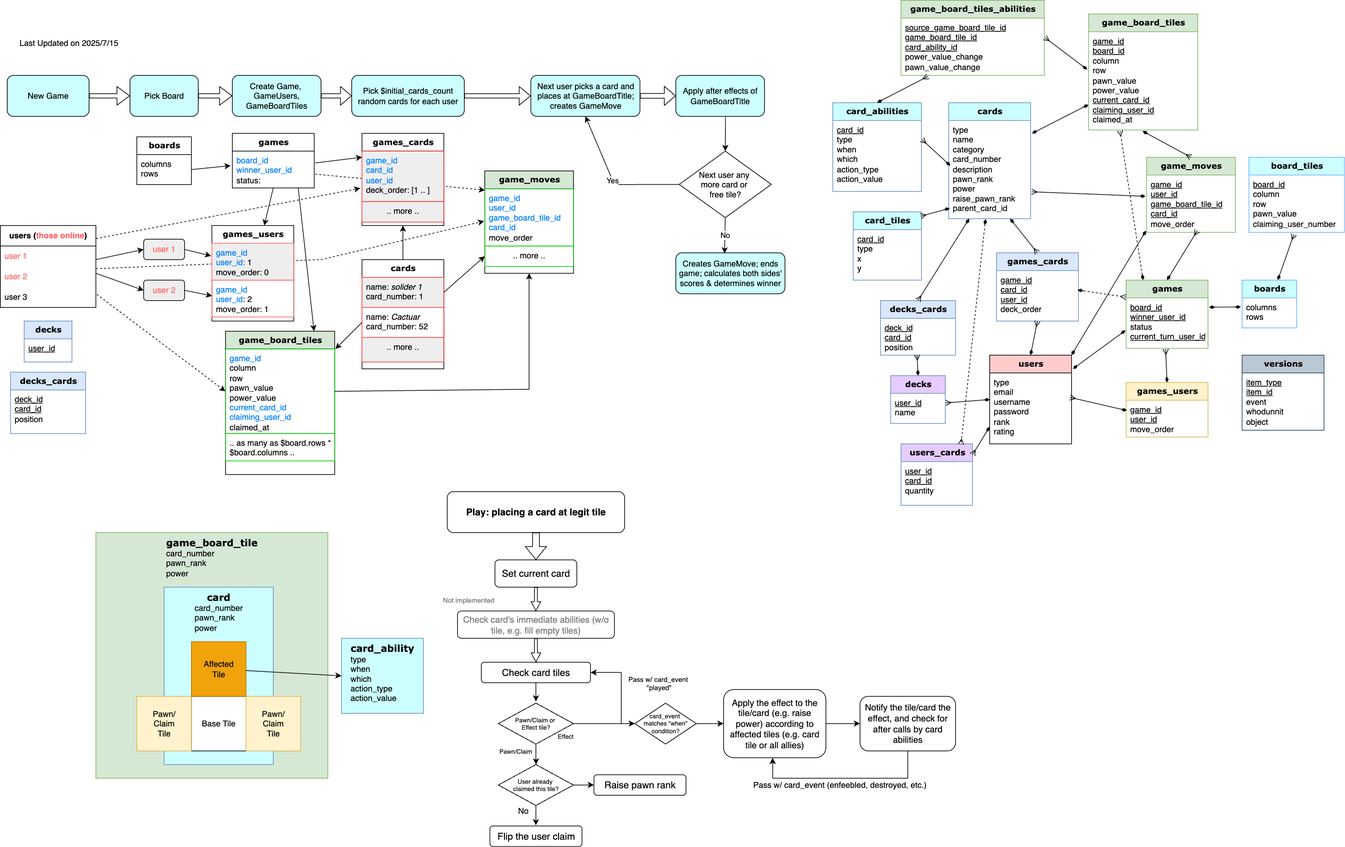
briangan/queens_blood_by_fan keeps this draw.io diagram as app/assets/images/diagrams/EER.png. Above is the earlier version. Source tidied: cells renumbered, new cells last; positions are measured from the earlier drawing's top-left corner, leaving out a move shared by most shapes.
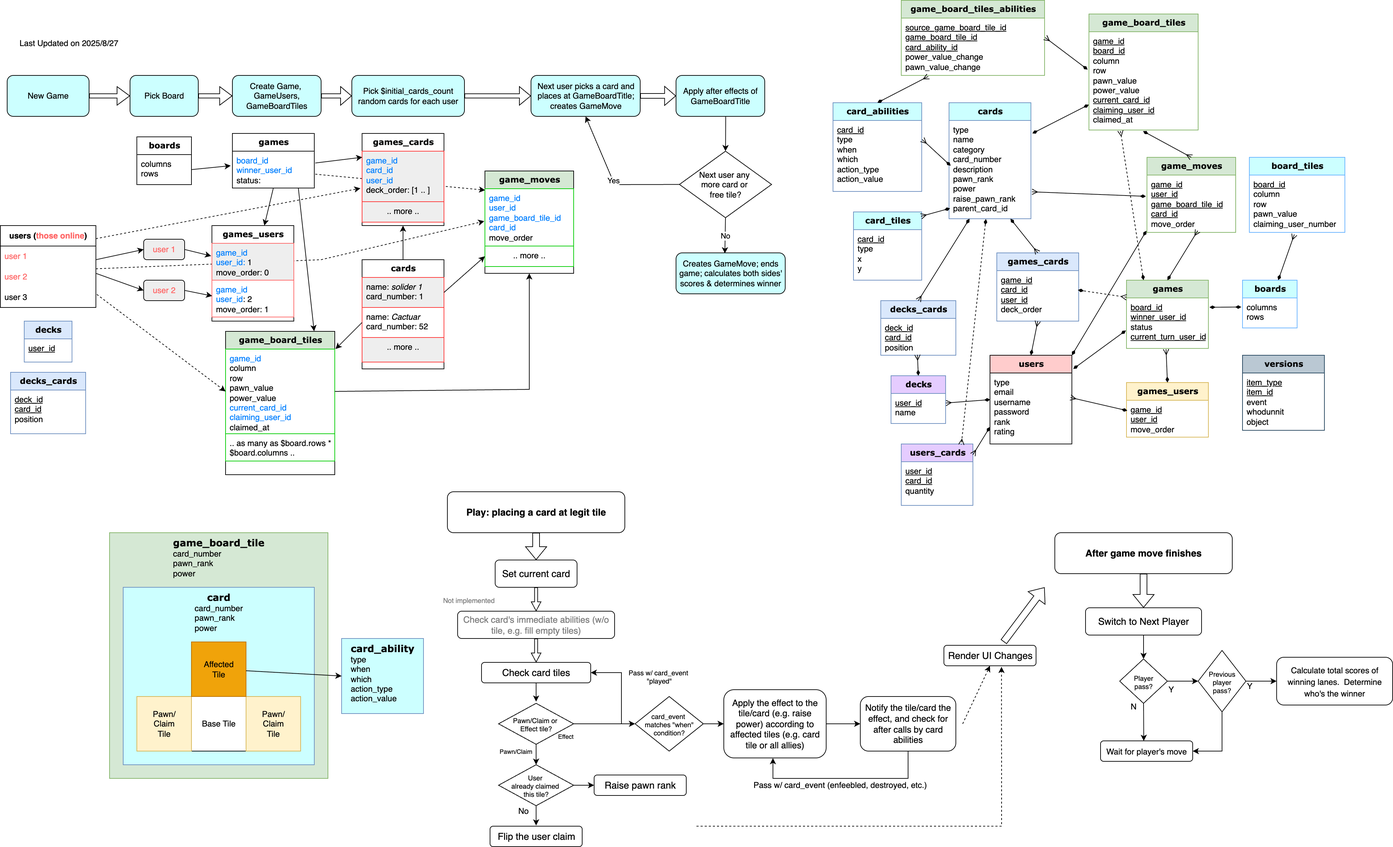
The same diagram one commit later.

The edit, as a diff of the source:
```diff
@@ -308,7 +308,7 @@
     <mxCell id="99" style="endArrow=diamondThin;html=1;rounded=0;startArrow=ERmany;startFill=0;endFill=1;exitX=0.471;exitY=1.036;exitDx=0;exitDy=0;exitPerimeter=0;" parent="1" edge="1" source="98" target="6">
       <mxGeometry relative="1" as="geometry" />
     </mxCell>
-    <mxCell id="100" value="Last Updated on 2025/7/15" style="text;html=1;align=center;verticalAlign=middle;strokeColor=none;fillColor=none;" parent="1" vertex="1">
+    <mxCell id="100" value="Last Updated on 2025/8/27" style="text;html=1;align=center;verticalAlign=middle;strokeColor=none;fillColor=none;" parent="1" vertex="1">
       <mxGeometry x="15" y="48" width="170" height="30" as="geometry" />
     </mxCell>
     <mxCell id="101" value="&lt;font style=&quot;font-size: 12px;&quot;&gt;&lt;b&gt;decks_cards&lt;/b&gt;&lt;/font&gt;" style="swimlane;html=1;fontStyle=0;horizontal=1;startSize=26;fillColor=#dae8fc;swimlaneFillColor=#ffffff;rounded=0;shadow=0;comic=0;labelBackgroundColor=none;strokeWidth=1;fontFamily=Verdana;fontSize=10;align=center;strokeColor=#6c8ebf;" parent="1" vertex="1">
@@ -369,10 +369,10 @@
       <mxGeometry relative="1" as="geometry" />
     </mxCell>
     <mxCell id="120" value="&lt;b style=&quot;font-family: Verdana; text-wrap-mode: nowrap;&quot;&gt;&lt;font style=&quot;font-size: 14px;&quot;&gt;game_board_tile&lt;/font&gt;&lt;/b&gt;&lt;div&gt;&lt;div style=&quot;text-align: left;&quot;&gt;card_number&lt;/div&gt;&lt;div style=&quot;text-align: left;&quot;&gt;&lt;span style=&quot;background-color: transparent; color: light-dark(rgb(0, 0, 0), rgb(255, 255, 255));&quot;&gt;pawn_rank&lt;/span&gt;&lt;/div&gt;&lt;div style=&quot;text-align: left;&quot;&gt;power&lt;/div&gt;&lt;/div&gt;" style="rounded=0;whiteSpace=wrap;html=1;fillColor=#d5e8d4;strokeColor=#82b366;verticalAlign=top;" parent="1" vertex="1">
-      <mxGeometry x="140" y="780" width="340" height="360" as="geometry" />
+      <mxGeometry x="160" y="780" width="320" height="360" as="geometry" />
     </mxCell>
     <mxCell id="121" value="&lt;b style=&quot;font-family: Verdana; text-wrap-mode: nowrap;&quot;&gt;&lt;font style=&quot;font-size: 14px;&quot;&gt;card&lt;/font&gt;&lt;/b&gt;&lt;div&gt;&lt;div style=&quot;text-align: left;&quot;&gt;card_number&lt;/div&gt;&lt;div style=&quot;text-align: left;&quot;&gt;&lt;span style=&quot;background-color: transparent; color: light-dark(rgb(0, 0, 0), rgb(255, 255, 255));&quot;&gt;pawn_rank&lt;/span&gt;&lt;/div&gt;&lt;div style=&quot;text-align: left;&quot;&gt;power&lt;/div&gt;&lt;/div&gt;" style="rounded=0;whiteSpace=wrap;html=1;fillColor=#CCFFFF;strokeColor=#6c8ebf;verticalAlign=top;" parent="1" vertex="1">
-      <mxGeometry x="240" y="860" width="160" height="260" as="geometry" />
+      <mxGeometry x="180" y="860" width="280" height="260" as="geometry" />
     </mxCell>
     <mxCell id="122" value="&lt;b style=&quot;font-family: Verdana; text-wrap-mode: nowrap;&quot;&gt;&lt;font style=&quot;font-size: 14px;&quot;&gt;card_ability&lt;/font&gt;&lt;/b&gt;&lt;div&gt;&lt;div style=&quot;text-align: left;&quot;&gt;&lt;div&gt;&lt;span style=&quot;background-color: transparent; color: light-dark(rgb(0, 0, 0), rgb(255, 255, 255));&quot;&gt;type&lt;/span&gt;&lt;/div&gt;&lt;div&gt;when&lt;/div&gt;&lt;div&gt;which&lt;/div&gt;&lt;div&gt;action_type&lt;/div&gt;&lt;div&gt;action_value&lt;/div&gt;&lt;/div&gt;&lt;/div&gt;" style="rounded=0;whiteSpace=wrap;html=1;fillColor=#CCFFFF;strokeColor=#6c8ebf;verticalAlign=top;" parent="1" vertex="1">
       <mxGeometry x="500" y="935" width="120" height="110" as="geometry" />
@@ -418,7 +418,7 @@
     <mxCell id="135" style="shape=flexArrow;endArrow=classic;html=1;rounded=0;width=4.444444444444445;endSize=4.075555555555556;endWidth=8.69135802469136;exitX=0.5;exitY=1;exitDx=0;exitDy=0;entryX=0.5;entryY=0;entryDx=0;entryDy=0;" parent="1" edge="1" source="132" target="134">
       <mxGeometry relative="1" as="geometry" />
     </mxCell>
-    <mxCell id="136" value="Pawn/Claim or&amp;nbsp;&lt;div&gt;Effect tile?&lt;/div&gt;" style="rhombus;whiteSpace=wrap;html=1;fontSize=9;" parent="1" vertex="1">
+    <mxCell id="136" value="Pawn/Claim or&amp;nbsp;&lt;div&gt;Effect tile?&lt;/div&gt;" style="rhombus;whiteSpace=wrap;html=1;fontSize=10;" parent="1" vertex="1">
       <mxGeometry x="730" y="1030" width="110" height="60" as="geometry" />
     </mxCell>
     <mxCell id="137" style="endArrow=classic;html=1;rounded=0;exitX=0.5;exitY=1;exitDx=0;exitDy=0;entryX=0.5;entryY=0;entryDx=0;entryDy=0;" parent="1" edge="1" source="136" target="153">
@@ -460,13 +460,13 @@
       </mxGeometry>
     </mxCell>
     <mxCell id="148" value="Pass w/ card_event&amp;nbsp;&lt;div&gt;&quot;played&quot;&lt;/div&gt;" style="text;html=1;align=center;verticalAlign=middle;strokeColor=none;fillColor=none;fontSize=10;" parent="1" vertex="1">
-      <mxGeometry x="910" y="980" width="110" height="40" as="geometry" />
+      <mxGeometry x="910" y="970" width="110" height="40" as="geometry" />
     </mxCell>
     <mxCell id="149" value="Pass w/ card_event (enfeebled, destroyed, etc.)" style="text;html=1;align=center;verticalAlign=middle;strokeColor=none;fillColor=none;fontSize=12;" parent="1" vertex="1">
       <mxGeometry x="1090" y="1135" width="280" height="30" as="geometry" />
     </mxCell>
-    <mxCell id="150" value="card_event&amp;nbsp;&lt;div&gt;matches &quot;when&quot; condition?&lt;/div&gt;" style="rhombus;whiteSpace=wrap;html=1;fontSize=9;" parent="1" vertex="1">
-      <mxGeometry x="930" y="1030" width="90" height="60" as="geometry" />
+    <mxCell id="150" value="card_event&amp;nbsp;&lt;div&gt;matches &quot;when&quot; condition?&lt;/div&gt;" style="rhombus;whiteSpace=wrap;html=1;fontSize=10;" parent="1" vertex="1">
+      <mxGeometry x="930" y="1020" width="100" height="80" as="geometry" />
     </mxCell>
     <mxCell id="151" style="endArrow=classic;html=1;rounded=0;entryX=0;entryY=0.5;entryDx=0;entryDy=0;" parent="1" edge="1" source="150" target="144">
       <mxGeometry relative="1" as="geometry" />
@@ -479,7 +479,7 @@
         </Array>
       </mxGeometry>
     </mxCell>
-    <mxCell id="153" value="User already&amp;nbsp;&lt;div&gt;claimed this tile?&lt;/div&gt;" style="rhombus;whiteSpace=wrap;html=1;fontSize=9;" parent="1" vertex="1">
+    <mxCell id="153" value="User&amp;nbsp;&lt;div&gt;already&amp;nbsp;&lt;span style=&quot;background-color: transparent; color: light-dark(rgb(0, 0, 0), rgb(255, 255, 255));&quot;&gt;claimed&amp;nbsp;&lt;/span&gt;&lt;div&gt;this tile?&lt;/div&gt;&lt;/div&gt;" style="rhombus;whiteSpace=wrap;html=1;fontSize=10;" parent="1" vertex="1">
       <mxGeometry x="730" y="1120" width="110" height="60" as="geometry" />
     </mxCell>
     <mxCell id="154" style="endArrow=classic;html=1;rounded=0;exitX=0.5;exitY=1;exitDx=0;exitDy=0;" parent="1" edge="1" source="153">
@@ -496,5 +496,76 @@
     <mxCell id="157" style="endArrow=classic;html=1;rounded=0;entryX=0;entryY=0.5;entryDx=0;entryDy=0;exitX=1;exitY=0.5;exitDx=0;exitDy=0;" parent="1" edge="1" source="153" target="156">
       <mxGeometry relative="1" as="geometry" />
     </mxCell>
+    <mxCell id="158" value="&lt;span style=&quot;font-size: 14px; font-weight: 700; text-wrap-mode: nowrap;&quot;&gt;After game move finishes&lt;/span&gt;" style="rounded=1;whiteSpace=wrap;html=1;" parent="1" vertex="1">
+      <mxGeometry x="1545" y="780" width="260" height="60" as="geometry" />
+    </mxCell>
+    <mxCell id="159" style="shape=flexArrow;endArrow=classic;html=1;rounded=0;entryX=0.5;entryY=0;entryDx=0;entryDy=0;exitX=0.5;exitY=1;exitDx=0;exitDy=0;" parent="1" edge="1" source="158" target="160">
+      <mxGeometry relative="1" as="geometry" />
+    </mxCell>
+    <mxCell id="160" value="Switch to Next Player" style="rounded=1;whiteSpace=wrap;html=1;fontSize=14;" parent="1" vertex="1">
+      <mxGeometry x="1590" y="890" width="170" height="40" as="geometry" />
+    </mxCell>
+    <mxCell id="161" style="shape=flexArrow;endArrow=classic;html=1;rounded=0;" parent="1" edge="1">
+      <mxGeometry relative="1" as="geometry">
+        <mxPoint x="1470" y="940" as="sourcePoint" />
+        <mxPoint x="1530" y="860" as="targetPoint" />
+      </mxGeometry>
+    </mxCell>
+    <mxCell id="162" value="Player&lt;div&gt;pass?&lt;/div&gt;" style="rhombus;whiteSpace=wrap;html=1;fontSize=10;" parent="1" vertex="1">
+      <mxGeometry x="1640" y="965" width="70" height="65" as="geometry" />
+    </mxCell>
+    <mxCell id="163" style="endArrow=classic;html=1;rounded=0;entryX=0.5;entryY=0;entryDx=0;entryDy=0;" parent="1" edge="1" source="160" target="162">
+      <mxGeometry relative="1" as="geometry" />
+    </mxCell>
+    <mxCell id="164" style="endArrow=classic;html=1;rounded=0;exitX=0.5;exitY=1;exitDx=0;exitDy=0;entryX=0.469;entryY=0.004;entryDx=0;entryDy=0;entryPerimeter=0;" parent="1" edge="1" source="162" target="169">
+      <mxGeometry relative="1" as="geometry" />
+    </mxCell>
+    <mxCell id="165" value="&lt;font&gt;Render UI Changes&lt;/font&gt;" style="rounded=1;whiteSpace=wrap;html=1;fontSize=14;" parent="1" vertex="1">
+      <mxGeometry x="1382.5" y="945" width="135" height="30" as="geometry" />
+    </mxCell>
+    <mxCell id="166" style="endArrow=classic;html=1;rounded=0;exitX=1;exitY=0.5;exitDx=0;exitDy=0;entryX=0;entryY=0.5;entryDx=0;entryDy=0;" parent="1" edge="1" source="162" target="167">
+      <mxGeometry relative="1" as="geometry" />
+    </mxCell>
+    <mxCell id="167" value="Previous player&lt;div&gt;pass?&lt;/div&gt;" style="rhombus;whiteSpace=wrap;html=1;fontSize=10;" parent="1" vertex="1">
+      <mxGeometry x="1755" y="952.5" width="70" height="90" as="geometry" />
+    </mxCell>
+    <mxCell id="168" value="N" style="text;html=1;align=center;verticalAlign=middle;strokeColor=none;fillColor=none;" parent="1" vertex="1">
+      <mxGeometry x="1645" y="1020" width="30" height="30" as="geometry" />
+    </mxCell>
+    <mxCell id="169" value="&lt;font style=&quot;font-size: 12px;&quot;&gt;Wait for player's move&lt;/font&gt;" style="rounded=1;whiteSpace=wrap;html=1;fontSize=14;" parent="1" vertex="1">
+      <mxGeometry x="1612" y="1085" width="135" height="30" as="geometry" />
+    </mxCell>
+    <mxCell id="170" value="Y" style="text;html=1;align=center;verticalAlign=middle;strokeColor=none;fillColor=none;" parent="1" vertex="1">
+      <mxGeometry x="1700" y="995" width="30" height="30" as="geometry" />
+    </mxCell>
+    <mxCell id="171" style="endArrow=classic;html=1;rounded=0;exitX=1;exitY=0.5;exitDx=0;exitDy=0;entryX=0;entryY=0.5;entryDx=0;entryDy=0;" parent="1" edge="1" source="167" target="173">
+      <mxGeometry relative="1" as="geometry" />
+    </mxCell>
+    <mxCell id="172" value="Y" style="text;html=1;align=center;verticalAlign=middle;strokeColor=none;fillColor=none;" parent="1" vertex="1">
+      <mxGeometry x="1815" y="990" width="30" height="30" as="geometry" />
+    </mxCell>
+    <mxCell id="173" value="&lt;font style=&quot;font-size: 12px;&quot;&gt;Calculate total scores of winning lanes.&amp;nbsp; Determine who's the winner&lt;/font&gt;" style="rounded=1;whiteSpace=wrap;html=1;fontSize=14;" parent="1" vertex="1">
+      <mxGeometry x="1870" y="962.5" width="170" height="70" as="geometry" />
+    </mxCell>
+    <mxCell id="174" style="endArrow=classic;html=1;rounded=0;exitX=0.5;exitY=1;exitDx=0;exitDy=0;entryX=1;entryY=0.5;entryDx=0;entryDy=0;" parent="1" edge="1" source="167" target="169">
+      <mxGeometry relative="1" as="geometry">
+        <Array as="points">
+          <mxPoint x="1790" y="1100" />
+        </Array>
+      </mxGeometry>
+    </mxCell>
+    <mxCell id="175" style="endArrow=classic;html=1;rounded=0;entryX=0.5;entryY=1;entryDx=0;entryDy=0;dashed=1;" parent="1" edge="1" target="165">
+      <mxGeometry relative="1" as="geometry">
+        <mxPoint x="1410" y="1060" as="sourcePoint" />
+      </mxGeometry>
+    </mxCell>
+    <mxCell id="176" style="endArrow=classic;html=1;rounded=0;dashed=1;entryX=0.625;entryY=1.05;entryDx=0;entryDy=0;entryPerimeter=0;" parent="1" edge="1" target="165">
+      <mxGeometry relative="1" as="geometry">
+        <mxPoint x="1020" y="1210" as="sourcePoint" />
+        <Array as="points">
+          <mxPoint x="1467" y="1210" />
+        </Array>
+      </mxGeometry>
+    </mxCell>
   </root>
 </mxGraphModel>
```
